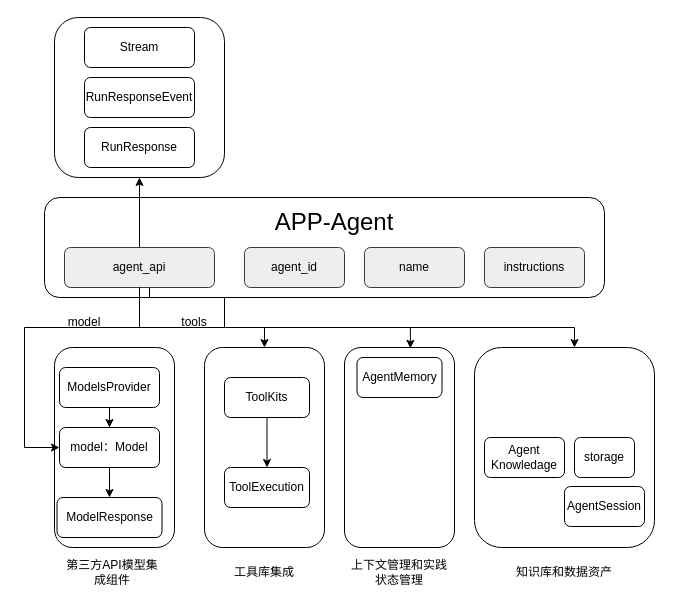
The draw.io diagram agno_agent_core.drawio in paleblackless/diagrams, before the edit. Source tidied: cells renumbered, new cells numbered last; positions are measured from the earlier drawing's top-left corner, leaving out a move shared by most shapes. Both pictures are drawn from the tidied source at 100%, with x=0, y=0 at pixel (24, 17).
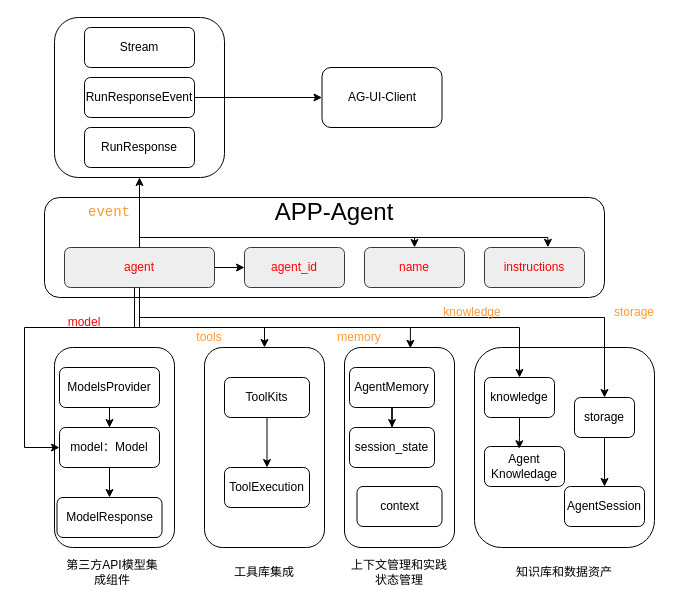
The same diagram, later.

Unchanged cells that the change refers to:
```xml
<mxCell id="12" style="rounded=1;whiteSpace=wrap;html=1;" parent="1" vertex="1">
  <mxGeometry x="320" y="330" width="110" height="200" as="geometry" />
</mxCell>
<mxCell id="27" value="RunResponseEvent" style="rounded=1;whiteSpace=wrap;html=1;" parent="1" vertex="1">
  <mxGeometry x="60" y="60" width="110" height="40" as="geometry" />
</mxCell>
<mxCell id="37" value="AgentSession" style="rounded=1;whiteSpace=wrap;html=1;" parent="1" vertex="1">
  <mxGeometry x="540" y="469" width="80" height="40" as="geometry" />
</mxCell>
```

Change to the diagram source:
```diff
@@
+    <mxCell id="16" style="rounded=1;whiteSpace=wrap;html=1;" parent="1" vertex="1">
+      <mxGeometry x="450" y="330" width="180" height="200" as="geometry" />
+    </mxCell>
@@
     <mxCell id="3" value="&lt;font style=&quot;font-size: 24px;&quot;&gt;APP-Agent&lt;/font&gt;" style="text;html=1;align=center;verticalAlign=middle;whiteSpace=wrap;rounded=0;" parent="1" vertex="1">
-      <mxGeometry x="230" y="190" width="160" height="30" as="geometry" />
+      <mxGeometry x="230" y="180" width="160" height="30" as="geometry" />
     </mxCell>
@@
-    <mxCell id="6" style="edgeStyle=orthogonalEdgeStyle;rounded=0;orthogonalLoop=1;jettySize=auto;html=1;entryX=0.5;entryY=0;entryDx=0;entryDy=0;" parent="1" edge="1">
+    <mxCell id="6" style="edgeStyle=orthogonalEdgeStyle;rounded=0;jettySize=auto;html=1;" parent="1" edge="1" target="45">
       <mxGeometry relative="1" as="geometry">
         <mxPoint x="125" y="270" as="sourcePoint" />
-        <mxPoint x="550" y="330" as="targetPoint" />
         <Array as="points">
-          <mxPoint x="125" y="280" />
-          <mxPoint x="200" y="280" />
-          <mxPoint x="200" y="310" />
-          <mxPoint x="550" y="310" />
+          <mxPoint x="110" y="270" />
+          <mxPoint x="110" y="310" />
+          <mxPoint x="495" y="310" />
         </Array>
       </mxGeometry>
     </mxCell>
+    <mxCell id="39" style="edgeStyle=orthogonalEdgeStyle;rounded=0;jettySize=auto;html=1;" parent="1" edge="1" source="7" target="38">
+      <mxGeometry relative="1" as="geometry">
+        <Array as="points">
+          <mxPoint x="115" y="300" />
+          <mxPoint x="580" y="300" />
+        </Array>
+      </mxGeometry>
+    </mxCell>
+    <mxCell id="40" style="edgeStyle=orthogonalEdgeStyle;rounded=0;jettySize=auto;html=1;entryX=0;entryY=0.5;entryDx=0;entryDy=0;" parent="1" edge="1" source="7" target="9">
+      <mxGeometry relative="1" as="geometry" />
+    </mxCell>
+    <mxCell id="41" style="edgeStyle=orthogonalEdgeStyle;rounded=0;jettySize=auto;html=1;" parent="1" edge="1" source="7" target="8">
+      <mxGeometry relative="1" as="geometry">
+        <Array as="points">
+          <mxPoint x="115" y="220" />
+          <mxPoint x="390" y="220" />
+        </Array>
+      </mxGeometry>
+    </mxCell>
-    <mxCell id="7" value="agent_api" style="rounded=1;whiteSpace=wrap;html=1;fillColor=#eeeeee;strokeColor=#36393d;" parent="1" vertex="1">
+    <mxCell id="7" value="&lt;font style=&quot;color: rgb(255, 0, 0);&quot;&gt;agent&lt;/font&gt;" style="rounded=1;whiteSpace=wrap;html=1;fillColor=#eeeeee;strokeColor=#36393d;" parent="1" vertex="1">
       <mxGeometry x="40" y="230" width="150" height="40" as="geometry" />
     </mxCell>
-    <mxCell id="8" value="name" style="rounded=1;whiteSpace=wrap;html=1;fillColor=#eeeeee;strokeColor=#36393d;" parent="1" vertex="1">
+    <mxCell id="8" value="&lt;font style=&quot;color: rgb(255, 0, 0);&quot;&gt;name&lt;/font&gt;" style="rounded=1;whiteSpace=wrap;html=1;fillColor=#eeeeee;strokeColor=#36393d;" parent="1" vertex="1">
       <mxGeometry x="340" y="230" width="100" height="40" as="geometry" />
     </mxCell>
-    <mxCell id="9" value="agent_id" style="rounded=1;whiteSpace=wrap;html=1;fillColor=#eeeeee;strokeColor=#36393d;" parent="1" vertex="1">
+    <mxCell id="9" value="&lt;font style=&quot;color: rgb(255, 0, 0);&quot;&gt;agent_id&lt;/font&gt;" style="rounded=1;whiteSpace=wrap;html=1;fillColor=#eeeeee;strokeColor=#36393d;" parent="1" vertex="1">
       <mxGeometry x="220" y="230" width="100" height="40" as="geometry" />
     </mxCell>
-    <mxCell id="10" value="instructions" style="rounded=1;whiteSpace=wrap;html=1;fillColor=#eeeeee;strokeColor=#36393d;" parent="1" vertex="1">
+    <mxCell id="10" value="&lt;font style=&quot;color: rgb(255, 0, 0);&quot;&gt;instructions&lt;/font&gt;" style="rounded=1;whiteSpace=wrap;html=1;fillColor=#eeeeee;strokeColor=#36393d;" parent="1" vertex="1">
       <mxGeometry x="460" y="230" width="100" height="40" as="geometry" />
     </mxCell>
@@
-    <mxCell id="16" style="rounded=1;whiteSpace=wrap;html=1;" parent="1" vertex="1">
-      <mxGeometry x="450" y="330" width="180" height="200" as="geometry" />
-    </mxCell>
@@
+    <mxCell id="42" style="edgeStyle=orthogonalEdgeStyle;rounded=0;jettySize=auto;html=1;entryX=0;entryY=0.5;entryDx=0;entryDy=0;" parent="1" edge="1" source="27" target="53">
+      <mxGeometry relative="1" as="geometry" />
+    </mxCell>
@@
+    <mxCell id="43" style="edgeStyle=orthogonalEdgeStyle;rounded=0;jettySize=auto;html=1;entryX=0.5;entryY=0;entryDx=0;entryDy=0;" parent="1" edge="1" source="29" target="49">
+      <mxGeometry relative="1" as="geometry" />
+    </mxCell>
     <mxCell id="29" value="AgentMemory" style="rounded=1;whiteSpace=wrap;html=1;" parent="1" vertex="1">
-      <mxGeometry x="332.5" y="340" width="85" height="40" as="geometry" />
+      <mxGeometry x="325" y="350" width="85" height="40" as="geometry" />
     </mxCell>
     <mxCell id="30" value="Agent&lt;div&gt;Knowledage&lt;/div&gt;" style="rounded=1;whiteSpace=wrap;html=1;" parent="1" vertex="1">
-      <mxGeometry x="460" y="420" width="80" height="40" as="geometry" />
+      <mxGeometry x="460" y="429" width="80" height="40" as="geometry" />
     </mxCell>
@@
-    <mxCell id="34" value="tools" style="text;html=1;align=center;verticalAlign=middle;whiteSpace=wrap;rounded=0;" parent="1" vertex="1">
-      <mxGeometry x="140" y="290" width="60" height="30" as="geometry" />
+    <mxCell id="34" value="&lt;font style=&quot;color: rgb(255, 153, 51);&quot;&gt;tools&lt;/font&gt;" style="text;html=1;align=center;verticalAlign=middle;whiteSpace=wrap;rounded=0;" parent="1" vertex="1">
+      <mxGeometry x="160" y="310" width="50" height="20" as="geometry" />
     </mxCell>
-    <mxCell id="35" value="model" style="text;html=1;align=center;verticalAlign=middle;whiteSpace=wrap;rounded=0;" parent="1" vertex="1">
+    <mxCell id="35" value="&lt;font style=&quot;color: rgb(255, 0, 0);&quot;&gt;model&lt;/font&gt;" style="text;html=1;align=center;verticalAlign=middle;whiteSpace=wrap;rounded=0;" parent="1" vertex="1">
       <mxGeometry x="35" y="290" width="50" height="30" as="geometry" />
     </mxCell>
     <mxCell id="36" style="edgeStyle=orthogonalEdgeStyle;rounded=0;jettySize=auto;html=1;entryX=0.599;entryY=0.004;entryDx=0;entryDy=0;entryPerimeter=0;" parent="1" edge="1" source="7" target="12">
       <mxGeometry relative="1" as="geometry">
         <Array as="points">
-          <mxPoint x="115" y="310" />
+          <mxPoint x="110" y="310" />
           <mxPoint x="386" y="310" />
         </Array>
       </mxGeometry>
     </mxCell>
@@
+    <mxCell id="44" style="edgeStyle=orthogonalEdgeStyle;rounded=0;jettySize=auto;html=1;" parent="1" edge="1" source="38" target="37">
+      <mxGeometry relative="1" as="geometry" />
+    </mxCell>
     <mxCell id="38" value="storage" style="rounded=1;whiteSpace=wrap;html=1;" parent="1" vertex="1">
-      <mxGeometry x="550" y="420" width="60" height="40" as="geometry" />
+      <mxGeometry x="550" y="380" width="60" height="40" as="geometry" />
     </mxCell>
+    <mxCell id="45" value="knowledge" style="rounded=1;whiteSpace=wrap;html=1;" parent="1" vertex="1">
+      <mxGeometry x="460" y="360" width="70" height="40" as="geometry" />
+    </mxCell>
+    <mxCell id="46" style="edgeStyle=orthogonalEdgeStyle;rounded=0;jettySize=auto;html=1;entryX=0.433;entryY=0.056;entryDx=0;entryDy=0;entryPerimeter=0;" parent="1" edge="1" source="45" target="30">
+      <mxGeometry relative="1" as="geometry" />
+    </mxCell>
+    <mxCell id="47" value="&lt;font style=&quot;color: rgb(255, 153, 51);&quot;&gt;storage&lt;/font&gt;" style="text;html=1;align=center;verticalAlign=middle;whiteSpace=wrap;rounded=0;" parent="1" vertex="1">
+      <mxGeometry x="580" y="280" width="60" height="30" as="geometry" />
+    </mxCell>
+    <mxCell id="48" value="&lt;font style=&quot;color: rgb(255, 153, 51);&quot;&gt;memory&lt;/font&gt;" style="text;html=1;align=center;verticalAlign=middle;whiteSpace=wrap;rounded=0;" parent="1" vertex="1">
+      <mxGeometry x="310" y="310" width="50" height="20" as="geometry" />
+    </mxCell>
+    <mxCell id="49" value="session_state" style="rounded=1;whiteSpace=wrap;html=1;" parent="1" vertex="1">
+      <mxGeometry x="325" y="410" width="85" height="40" as="geometry" />
+    </mxCell>
+    <mxCell id="50" value="context" style="rounded=1;whiteSpace=wrap;html=1;" parent="1" vertex="1">
+      <mxGeometry x="332.5" y="469" width="85" height="40" as="geometry" />
+    </mxCell>
+    <mxCell id="51" value="&lt;font style=&quot;color: rgb(255, 153, 51);&quot;&gt;knowledge&lt;/font&gt;" style="text;html=1;align=center;verticalAlign=middle;whiteSpace=wrap;rounded=0;" parent="1" vertex="1">
+      <mxGeometry x="417.5" y="280" width="60" height="30" as="geometry" />
+    </mxCell>
+    <mxCell id="52" style="edgeStyle=orthogonalEdgeStyle;rounded=0;jettySize=auto;html=1;entryX=0.634;entryY=-0.005;entryDx=0;entryDy=0;entryPerimeter=0;" parent="1" edge="1" source="7" target="10">
+      <mxGeometry relative="1" as="geometry">
+        <Array as="points">
+          <mxPoint x="115" y="220" />
+          <mxPoint x="523" y="220" />
+        </Array>
+      </mxGeometry>
+    </mxCell>
+    <mxCell id="53" value="AG-UI-Client" style="rounded=1;whiteSpace=wrap;html=1;" parent="1" vertex="1">
+      <mxGeometry x="297.5" y="50" width="120" height="60" as="geometry" />
+    </mxCell>
+    <mxCell id="54" value="&lt;div style=&quot;font-family: Consolas, &amp;quot;Courier New&amp;quot;, monospace; font-size: 14px; line-height: 19px; white-space: pre; color: rgb(216, 222, 233);&quot;&gt;&lt;font style=&quot;color: rgb(255, 153, 51);&quot;&gt;event&lt;/font&gt;&lt;/div&gt;" style="text;html=1;align=center;verticalAlign=middle;whiteSpace=wrap;rounded=0;" parent="1" vertex="1">
+      <mxGeometry x="50" y="180" width="70" height="30" as="geometry" />
+    </mxCell>
```
